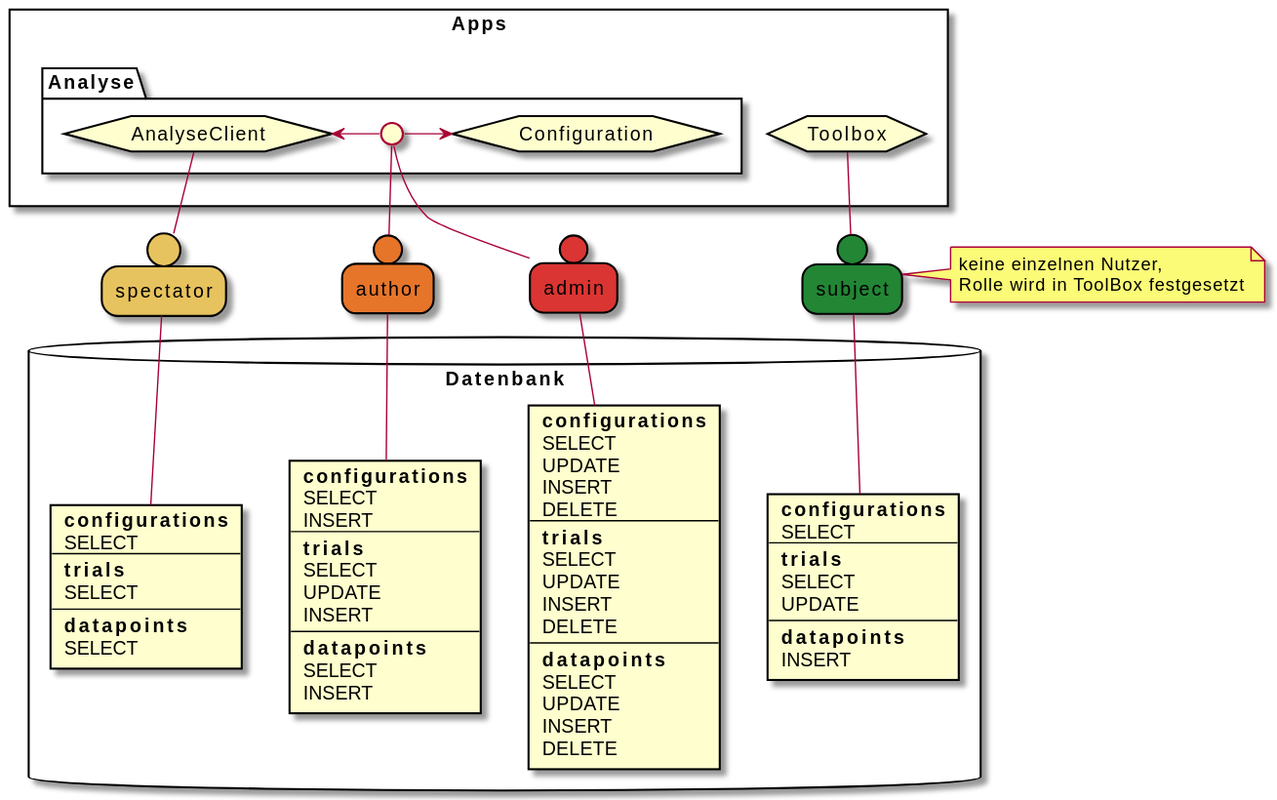
This is uml-usecase/db/users.svg from weichware-10/dokumente, a PlantUML export, as it was before one commit. The source it was exported from:
```plantuml
@startuml

rectangle Apps {
    hexagon Toolbox as tb
    package Analyse as a {
        hexagon AnalyseClient as ac
        hexagon Configuration as co
        interface " " as both
        both -l-> ac
        both -r-> co
    }
}

person subject      as su #238636
person spectator    as sp #E7C35F
person author       as au #E6752B
person admin        as ad #DA3633


note right of su
    keine einzelnen Nutzer,
    Rolle wird in ToolBox festgesetzt
end note

database Datenbank {
    card dbsu [
        **configurations**
        SELECT
        --
        **trials**
        SELECT
        UPDATE
        --
        **datapoints**
        INSERT
    ]
    card dbsp [
        **configurations**
        SELECT
        --
        **trials**
        SELECT
        --
        **datapoints**
        SELECT
    ]
    card dbau [
        **configurations**
        SELECT
        INSERT
        --
        **trials**
        SELECT
        UPDATE
        INSERT
        --
        **datapoints**
        SELECT
        INSERT
    ]
    card dbad [
        **configurations**
        SELECT
        UPDATE
        INSERT
        DELETE
        --
        **trials**
        SELECT
        UPDATE
        INSERT
        DELETE
        --
        **datapoints**
        SELECT
        UPDATE
        INSERT
        DELETE
    ]
}

su -u- tb
sp -u- ac
au -u- both
ad -u- both

su -- dbsu
sp -- dbsp
au -- dbau
ad -- dbad
@enduml
```
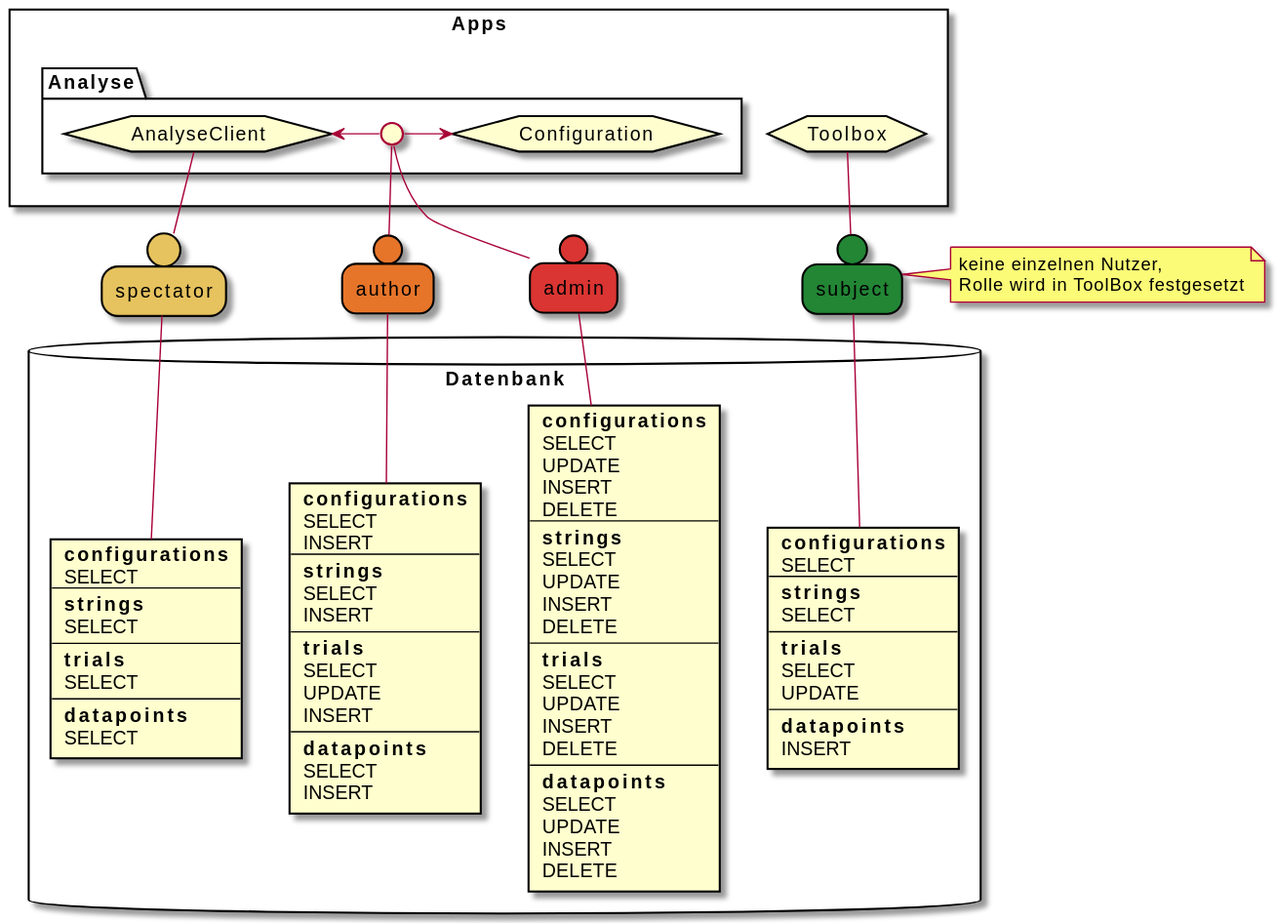
After the commit.

Commit message:
[chore] rendered SVGs

The edit, as a diff of the source:
```diff
@@ -27,6 +27,9 @@
         **configurations**
         SELECT
         --
+        **strings**
+        SELECT
+        --
         **trials**
         SELECT
         UPDATE
@@ -38,6 +41,9 @@
         **configurations**
         SELECT
         --
+        **strings**
+        SELECT
+        --
         **trials**
         SELECT
         --
@@ -46,6 +52,10 @@
     ]
     card dbau [
         **configurations**
+        SELECT
+        INSERT
+        --
+        **strings**
         SELECT
         INSERT
         --
@@ -60,6 +70,12 @@
     ]
     card dbad [
         **configurations**
+        SELECT
+        UPDATE
+        INSERT
+        DELETE
+        --
+        **strings**
         SELECT
         UPDATE
         INSERT
```
